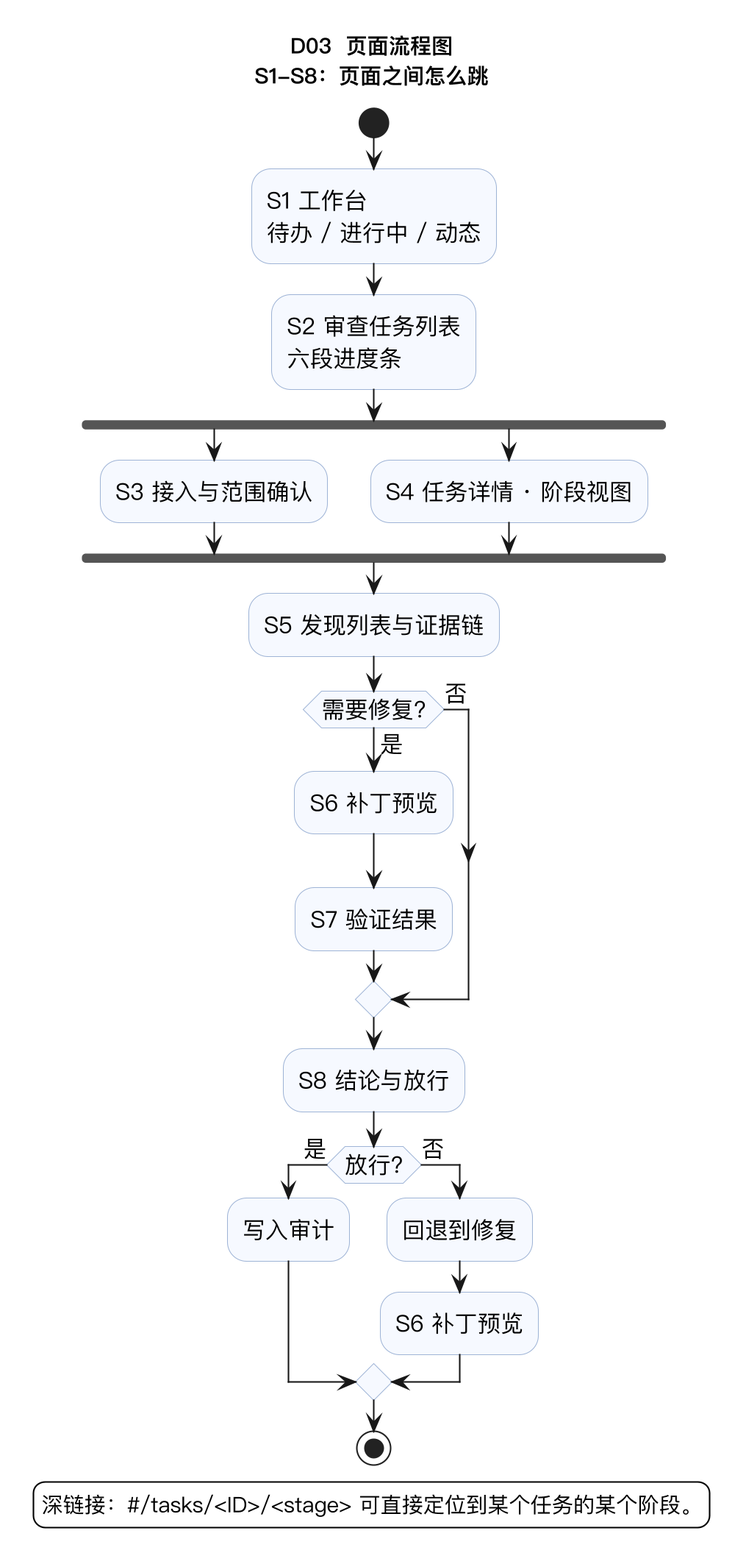
Before: 可信代码审查Agent/03_可编辑源文件/PlantUML/D03_页面流程图.png, a diagram exported from PlantUML (yemuxue/code-review-agent). The source it was exported from:
```plantuml
@startuml
skinparamlocked dpi 200
skinparam shadowing false
skinparam backgroundColor #FFFFFF
skinparam defaultFontSize 15
skinparam defaultFontName PingFang SC
skinparam activity {
  BackgroundColor #F6F9FF
  BorderColor #9FB4D6
}
title D03  页面流程图\n<size:14>S1-S8：页面之间怎么跳</size>

start
:S1 工作台\n待办 / 进行中 / 动态;
:S2 审查任务列表\n六段进度条;
fork
  :S3 接入与范围确认;
fork again
  :S4 任务详情 · 阶段视图;
end fork
:S5 发现列表与证据链;
if (需要修复?) then (是)
  :S6 补丁预览;
  :S7 验证结果;
else (否)
endif
:S8 结论与放行;
if (放行?) then (是)
  :写入审计;
else (否)
  :回退到修复;
  :S6 补丁预览;
endif
stop

legend bottom
  深链接：#/tasks/<ID>/<stage> 可直接定位到某个任务的某个阶段。
endlegend
@enduml
```
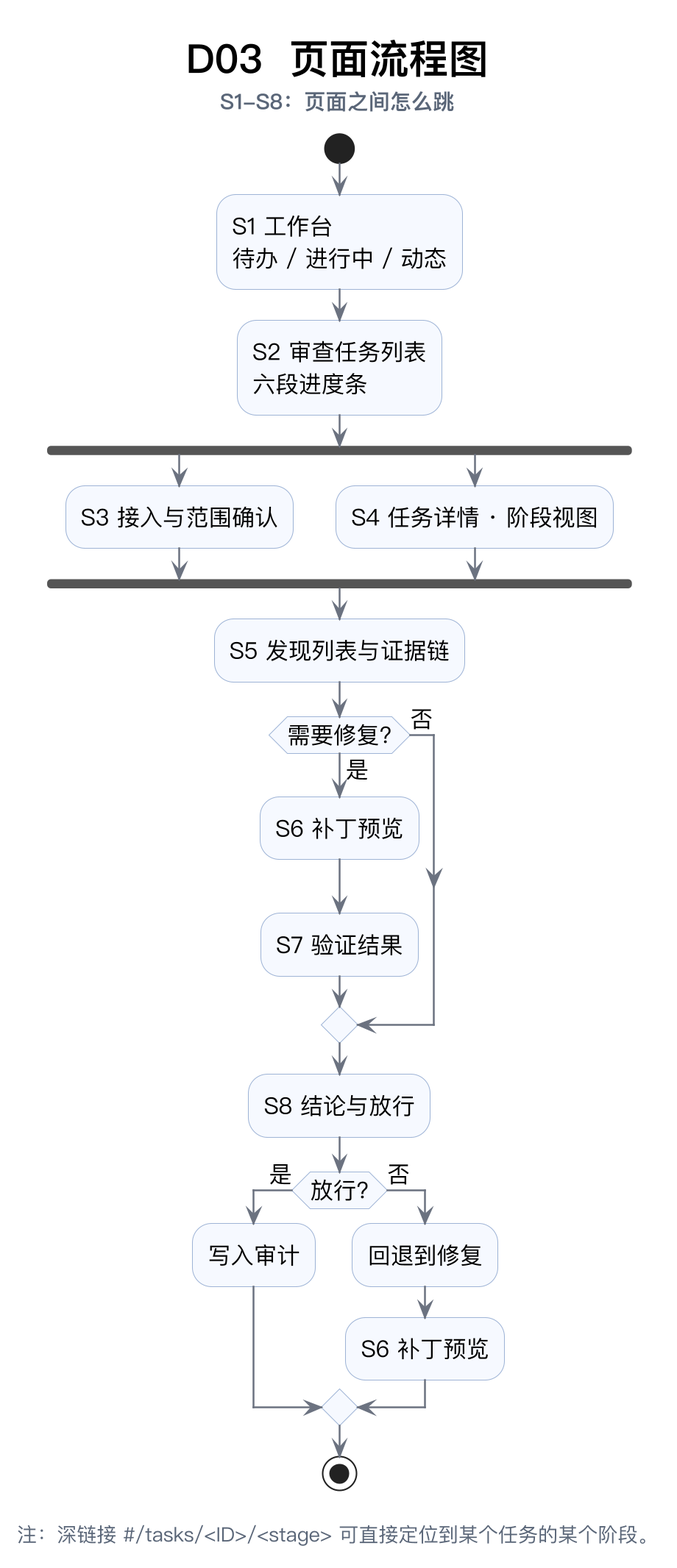
After the commit.

Diff of the diagram source:
```diff
@@ -1,5 +1,7 @@
 @startuml
 skinparamlocked dpi 200
+!include _style.iuml
+title <size:26><b>D03  页面流程图</b></size>\n<size:14><color:#5A6678>S1-S8：页面之间怎么跳</color></size>
 skinparam shadowing false
 skinparam backgroundColor #FFFFFF
 skinparam defaultFontSize 15
@@ -8,7 +10,7 @@
   BackgroundColor #F6F9FF
   BorderColor #9FB4D6
 }
-title D03  页面流程图\n<size:14>S1-S8：页面之间怎么跳</size>
+
 
 start
 :S1 工作台\n待办 / 进行中 / 动态;
@@ -33,7 +35,5 @@
 endif
 stop
 
-legend bottom
-  深链接：#/tasks/<ID>/<stage> 可直接定位到某个任务的某个阶段。
-endlegend
+caption \n<size:13><color:#5A6678>注：深链接 #/tasks/<ID>/<stage> 可直接定位到某个任务的某个阶段。</color></size>
 @enduml
```
